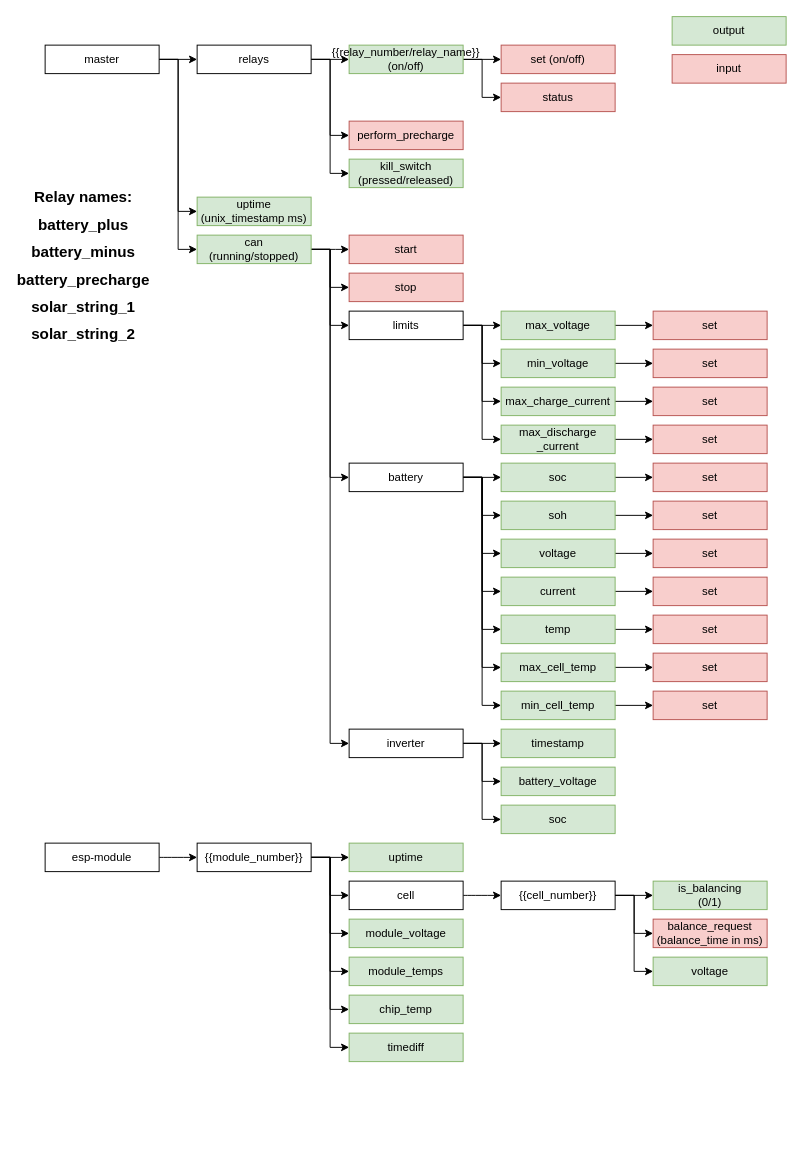
This is mqtt_topics.drawio from SunshadeCorp/EasyBMS-master, a draw.io file, before an edit. Source tidied: cells renumbered, new cells numbered last; positions are measured from the earlier drawing's top-left corner, leaving out a move shared by most shapes. Both pictures are drawn from the tidied source at 95%, with x=0, y=0 at pixel (35, 16).
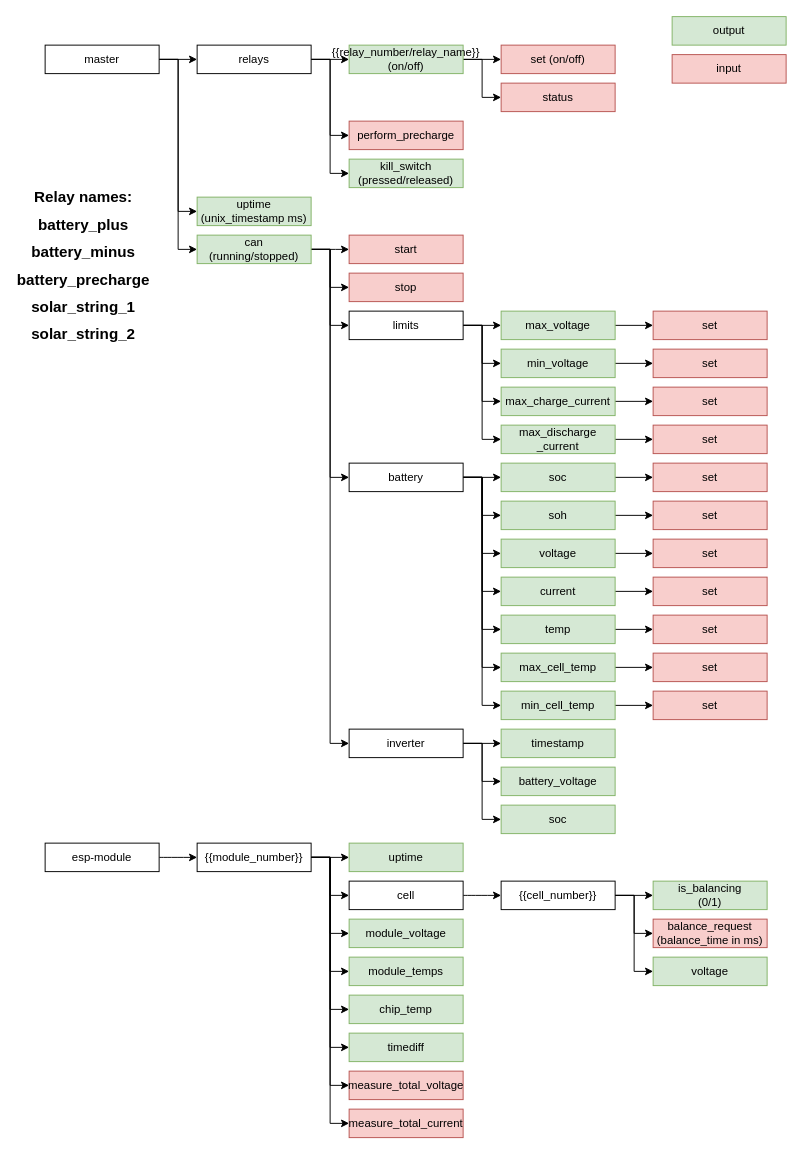
After the change.

The change refers to these unchanged cells:
```xml
<mxCell id="26" value="{{module_number}}" style="rounded=0;whiteSpace=wrap;html=1;" parent="1" vertex="1">
  <mxGeometry x="170" y="870" width="120" height="30" as="geometry" />
</mxCell>
```

The edit, as a diff of the source:
```diff
@@
+    <mxCell id="105" style="edgeStyle=orthogonalEdgeStyle;rounded=0;jettySize=auto;html=1;exitX=1;exitY=0.5;exitDx=0;exitDy=0;endArrow=classic;entryX=0;entryY=0.5;entryDx=0;entryDy=0;" parent="1" edge="1" source="26" target="106">
+      <mxGeometry relative="1" as="geometry" />
+    </mxCell>
@@
+    <mxCell id="106" value="measure_total_voltage" style="rounded=0;whiteSpace=wrap;html=1;fillColor=#f8cecc;strokeColor=#b85450;" parent="1" vertex="1">
+      <mxGeometry x="330" y="1110" width="120" height="30" as="geometry" />
+    </mxCell>
@@
+    <mxCell id="107" value="measure_total_current" style="rounded=0;whiteSpace=wrap;html=1;fillColor=#f8cecc;strokeColor=#b85450;" parent="1" vertex="1">
+      <mxGeometry x="330" y="1150" width="120" height="30" as="geometry" />
+    </mxCell>
+    <mxCell id="108" style="edgeStyle=orthogonalEdgeStyle;rounded=0;jettySize=auto;html=1;exitX=1;exitY=0.5;exitDx=0;exitDy=0;endArrow=classic;entryX=0;entryY=0.5;entryDx=0;entryDy=0;" parent="1" edge="1" source="26" target="107">
+      <mxGeometry relative="1" as="geometry" />
+    </mxCell>
```
